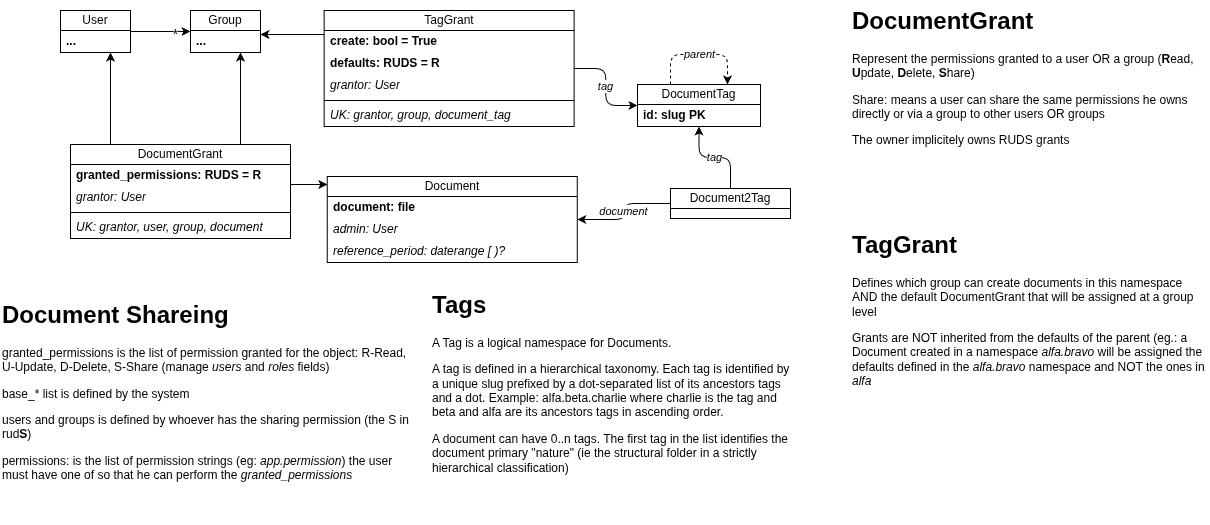
Before: docs/Diagrams.drawio.png, a diagram exported from draw.io (k-tech-italy/django-simple-dms). Source tidied: cells renumbered, new cells last; positions are measured from the earlier drawing's top-left corner, leaving out a move shared by most shapes. The source it was exported from:
```xml
<mxGraphModel>
  <root>
    <mxCell id="0" />
    <mxCell id="1" parent="0" />
    <mxCell id="2" value="Document" style="swimlane;fontStyle=0;horizontal=1;startSize=20;whiteSpace=wrap;html=1;" parent="1" vertex="1">
      <mxGeometry x="326.8" y="176" width="250" height="86" as="geometry" />
    </mxCell>
    <mxCell id="3" value="document: file" style="text;strokeColor=none;fillColor=none;align=left;verticalAlign=middle;spacingLeft=4;spacingRight=4;overflow=hidden;whiteSpace=wrap;html=1;fontStyle=1;" parent="2" vertex="1">
      <mxGeometry y="20" width="250" height="22" as="geometry" />
    </mxCell>
    <mxCell id="4" value="admin: User" style="text;strokeColor=none;fillColor=none;align=left;verticalAlign=middle;spacingLeft=4;spacingRight=4;overflow=hidden;whiteSpace=wrap;html=1;fontStyle=2;" parent="2" vertex="1">
      <mxGeometry y="42" width="250" height="22" as="geometry" />
    </mxCell>
    <mxCell id="5" value="reference_period: daterange [ &lt;span style=&quot;&quot;&gt;)?&lt;/span&gt;" style="text;strokeColor=none;fillColor=none;align=left;verticalAlign=middle;spacingLeft=4;spacingRight=4;overflow=hidden;whiteSpace=wrap;html=1;fontStyle=2;" parent="2" vertex="1">
      <mxGeometry y="64" width="250" height="22" as="geometry" />
    </mxCell>
    <mxCell id="6" value="DocumentTag" style="swimlane;fontStyle=0;horizontal=1;startSize=20;whiteSpace=wrap;html=1;" parent="1" vertex="1">
      <mxGeometry x="637" y="84" width="123" height="42" as="geometry" />
    </mxCell>
    <mxCell id="7" value="id: slug PK" style="text;strokeColor=none;fillColor=none;align=left;verticalAlign=middle;spacingLeft=4;spacingRight=4;overflow=hidden;whiteSpace=wrap;html=1;fontStyle=1;" parent="6" vertex="1">
      <mxGeometry y="20" width="123" height="22" as="geometry" />
    </mxCell>
    <mxCell id="8" value="&lt;i&gt;parent&lt;/i&gt;" style="edgeStyle=orthogonalEdgeStyle;shape=connector;curved=0;rounded=1;jumpStyle=arc;orthogonalLoop=1;jettySize=auto;html=1;strokeColor=default;align=center;verticalAlign=middle;fontFamily=Helvetica;fontSize=11;fontColor=default;labelBackgroundColor=default;endArrow=classic;dashed=1;" parent="1" edge="1" source="6" target="6">
      <mxGeometry relative="1" as="geometry">
        <Array as="points">
          <mxPoint x="670" y="54" />
        </Array>
      </mxGeometry>
    </mxCell>
    <mxCell id="9" value="&lt;h1 style=&quot;margin-top: 0px;&quot;&gt;Tags&lt;/h1&gt;&lt;p&gt;A Tag is a logical namespace for Documents.&lt;/p&gt;&lt;p&gt;A tag is defined in a hierarchical taxonomy. Each tag is identified by a unique slug prefixed by a dot-separated list of its ancestors tags and a dot. Example: alfa.beta.charlie where charlie is the tag and beta and alfa are its ancestors tags in ascending order.&lt;/p&gt;&lt;p&gt;A document can have 0..n tags. The first tag in the list identifies the document primary &quot;nature&quot; (ie the structural folder in a strictly hierarchical classification)&lt;/p&gt;&lt;p&gt;&lt;br&gt;&lt;/p&gt;&lt;p&gt;&lt;br&gt;&lt;/p&gt;&lt;p&gt;&lt;br&gt;&lt;/p&gt;" style="text;html=1;whiteSpace=wrap;overflow=hidden;rounded=0;" parent="1" vertex="1">
      <mxGeometry x="430" y="284" width="360" height="218" as="geometry" />
    </mxCell>
    <mxCell id="10" value="&lt;h1 style=&quot;margin-top: 0px;&quot;&gt;Document Shareing&lt;/h1&gt;&lt;p&gt;granted_permissions is the list of permission granted for the object: R-Read, U-Update, D-Delete, S-Share (manage&amp;nbsp;&lt;i&gt;users&lt;/i&gt; and &lt;i&gt;roles&lt;/i&gt; fields)&lt;/p&gt;&lt;p&gt;base_* list is defined by the system&lt;/p&gt;&lt;p&gt;users and groups is defined by whoever has the sharing permission (the S in rud&lt;b&gt;S&lt;/b&gt;)&lt;/p&gt;&lt;p&gt;permissions: is the list of permission strings (eg: &lt;i&gt;app.permission&lt;/i&gt;) the user must have one of so that he can perform the &lt;i&gt;granted_permissions&lt;/i&gt;&lt;/p&gt;" style="text;html=1;whiteSpace=wrap;overflow=hidden;rounded=0;" parent="1" vertex="1">
      <mxGeometry y="294" width="410" height="228" as="geometry" />
    </mxCell>
    <mxCell id="11" style="edgeStyle=orthogonalEdgeStyle;shape=connector;curved=0;rounded=1;jumpStyle=arc;jettySize=auto;html=1;strokeColor=default;align=center;verticalAlign=middle;fontFamily=Helvetica;fontSize=11;fontColor=default;labelBackgroundColor=default;endArrow=classic;" parent="1" edge="1" source="13" target="15">
      <mxGeometry relative="1" as="geometry" />
    </mxCell>
    <mxCell id="12" value="&lt;font style=&quot;font-size: 15px;&quot;&gt;*&lt;/font&gt;" style="edgeLabel;html=1;align=center;verticalAlign=middle;fontFamily=Helvetica;fontSize=11;fontColor=default;labelBackgroundColor=default;" parent="11" vertex="1">
      <mxGeometry x="0.46" y="-1" relative="1" as="geometry" />
    </mxCell>
    <mxCell id="13" value="User" style="swimlane;fontStyle=0;horizontal=1;startSize=20;whiteSpace=wrap;html=1;" parent="1" vertex="1">
      <mxGeometry x="60" y="10" width="70" height="42" as="geometry" />
    </mxCell>
    <mxCell id="14" value="..." style="text;strokeColor=none;fillColor=none;align=left;verticalAlign=middle;spacingLeft=4;spacingRight=4;overflow=hidden;whiteSpace=wrap;html=1;fontStyle=1;" parent="13" vertex="1">
      <mxGeometry y="20" width="70" height="22" as="geometry" />
    </mxCell>
    <mxCell id="15" value="Group" style="swimlane;fontStyle=0;horizontal=1;startSize=20;whiteSpace=wrap;html=1;" parent="1" vertex="1">
      <mxGeometry x="190" y="10" width="70" height="42" as="geometry" />
    </mxCell>
    <mxCell id="16" value="..." style="text;strokeColor=none;fillColor=none;align=left;verticalAlign=middle;spacingLeft=4;spacingRight=4;overflow=hidden;whiteSpace=wrap;html=1;fontStyle=1;" parent="15" vertex="1">
      <mxGeometry y="20" width="70" height="22" as="geometry" />
    </mxCell>
    <mxCell id="17" style="edgeStyle=orthogonalEdgeStyle;rounded=1;jettySize=auto;html=1;curved=0;jumpStyle=arc;" parent="1" edge="1" source="19" target="15">
      <mxGeometry relative="1" as="geometry">
        <Array as="points">
          <mxPoint x="240" y="84" />
          <mxPoint x="240" y="84" />
        </Array>
      </mxGeometry>
    </mxCell>
    <mxCell id="18" style="edgeStyle=orthogonalEdgeStyle;shape=connector;curved=0;rounded=1;jumpStyle=arc;jettySize=auto;html=1;strokeColor=default;align=center;verticalAlign=middle;fontFamily=Helvetica;fontSize=11;fontColor=default;labelBackgroundColor=default;endArrow=classic;" parent="1" edge="1" source="19" target="2">
      <mxGeometry relative="1" as="geometry">
        <Array as="points">
          <mxPoint x="310" y="184" />
          <mxPoint x="310" y="184" />
        </Array>
      </mxGeometry>
    </mxCell>
    <mxCell id="19" value="DocumentGrant" style="swimlane;fontStyle=0;horizontal=1;startSize=20;whiteSpace=wrap;html=1;" parent="1" vertex="1">
      <mxGeometry x="70" y="144" width="220" height="94" as="geometry" />
    </mxCell>
    <mxCell id="20" value="granted_permissions: RUDS = R" style="text;strokeColor=none;fillColor=none;align=left;verticalAlign=middle;spacingLeft=4;spacingRight=4;overflow=hidden;whiteSpace=wrap;html=1;fontStyle=1;" parent="19" vertex="1">
      <mxGeometry y="20" width="220" height="22" as="geometry" />
    </mxCell>
    <mxCell id="21" value="grantor: User" style="text;strokeColor=none;fillColor=none;align=left;verticalAlign=middle;spacingLeft=4;spacingRight=4;overflow=hidden;whiteSpace=wrap;html=1;fontStyle=2;" parent="19" vertex="1">
      <mxGeometry y="42" width="220" height="22" as="geometry" />
    </mxCell>
    <mxCell id="22" style="line;strokeWidth=1;fillColor=none;align=left;verticalAlign=middle;spacingTop=-1;spacingLeft=3;spacingRight=3;labelPosition=right;" parent="19" vertex="1">
      <mxGeometry y="64" width="220" height="8" as="geometry" />
    </mxCell>
    <mxCell id="23" value="UK: grantor, user, group, document" style="text;strokeColor=none;fillColor=none;align=left;verticalAlign=middle;spacingLeft=4;spacingRight=4;overflow=hidden;whiteSpace=wrap;html=1;fontStyle=2;" parent="19" vertex="1">
      <mxGeometry y="72" width="220" height="22" as="geometry" />
    </mxCell>
    <mxCell id="24" style="edgeStyle=orthogonalEdgeStyle;rounded=1;jettySize=auto;html=1;curved=0;jumpStyle=arc;" parent="1" edge="1" source="19" target="13">
      <mxGeometry relative="1" as="geometry">
        <Array as="points">
          <mxPoint x="110" y="84" />
          <mxPoint x="110" y="84" />
        </Array>
      </mxGeometry>
    </mxCell>
    <mxCell id="25" style="edgeStyle=orthogonalEdgeStyle;shape=connector;curved=0;rounded=1;jumpStyle=arc;jettySize=auto;html=1;strokeColor=default;align=center;verticalAlign=middle;fontFamily=Helvetica;fontSize=11;fontColor=default;labelBackgroundColor=default;endArrow=classic;" parent="1" edge="1" source="27" target="15">
      <mxGeometry relative="1" as="geometry">
        <Array as="points">
          <mxPoint x="290" y="34" />
          <mxPoint x="290" y="34" />
        </Array>
      </mxGeometry>
    </mxCell>
    <mxCell id="26" value="tag" style="edgeStyle=orthogonalEdgeStyle;shape=connector;curved=0;rounded=1;jumpStyle=arc;jettySize=auto;html=1;strokeColor=default;align=center;verticalAlign=middle;fontFamily=Helvetica;fontSize=11;fontColor=default;labelBackgroundColor=default;endArrow=classic;fontStyle=2;" parent="1" edge="1" source="27" target="6">
      <mxGeometry relative="1" as="geometry" />
    </mxCell>
    <mxCell id="27" value="TagGrant" style="swimlane;fontStyle=0;horizontal=1;startSize=20;whiteSpace=wrap;html=1;" parent="1" vertex="1">
      <mxGeometry x="323.6" y="10" width="250" height="116" as="geometry" />
    </mxCell>
    <mxCell id="28" value="create: bool = True" style="text;strokeColor=none;fillColor=none;align=left;verticalAlign=middle;spacingLeft=4;spacingRight=4;overflow=hidden;whiteSpace=wrap;html=1;fontStyle=1;" parent="27" vertex="1">
      <mxGeometry y="20" width="250" height="22" as="geometry" />
    </mxCell>
    <mxCell id="29" value="defaults: RUDS = R" style="text;strokeColor=none;fillColor=none;align=left;verticalAlign=middle;spacingLeft=4;spacingRight=4;overflow=hidden;whiteSpace=wrap;html=1;fontStyle=1;" parent="27" vertex="1">
      <mxGeometry y="42" width="250" height="22" as="geometry" />
    </mxCell>
    <mxCell id="30" value="grantor: User" style="text;strokeColor=none;fillColor=none;align=left;verticalAlign=middle;spacingLeft=4;spacingRight=4;overflow=hidden;whiteSpace=wrap;html=1;fontStyle=2;" parent="27" vertex="1">
      <mxGeometry y="64" width="250" height="22" as="geometry" />
    </mxCell>
    <mxCell id="31" style="line;strokeWidth=1;fillColor=none;align=left;verticalAlign=middle;spacingTop=-1;spacingLeft=3;spacingRight=3;labelPosition=right;" parent="27" vertex="1">
      <mxGeometry y="86" width="250" height="8" as="geometry" />
    </mxCell>
    <mxCell id="32" value="UK: grantor, group, document_tag" style="text;strokeColor=none;fillColor=none;align=left;verticalAlign=middle;spacingLeft=4;spacingRight=4;overflow=hidden;whiteSpace=wrap;html=1;fontStyle=2;" parent="27" vertex="1">
      <mxGeometry y="94" width="250" height="22" as="geometry" />
    </mxCell>
    <mxCell id="33" value="&lt;h1 style=&quot;margin-top: 0px;&quot;&gt;DocumentGrant&lt;/h1&gt;&lt;p&gt;Represent the permissions granted to a user OR a group (&lt;b&gt;R&lt;/b&gt;ead, &lt;b&gt;U&lt;/b&gt;pdate, &lt;b&gt;D&lt;/b&gt;elete, &lt;b&gt;S&lt;/b&gt;hare)&lt;/p&gt;&lt;p&gt;Share: means a user can share the same permissions he owns directly or via a group to other users OR groups&lt;/p&gt;&lt;p&gt;The owner implicitely owns RUDS grants&lt;/p&gt;" style="text;html=1;whiteSpace=wrap;overflow=hidden;rounded=0;" parent="1" vertex="1">
      <mxGeometry x="850" width="360" height="218" as="geometry" />
    </mxCell>
    <mxCell id="34" value="&lt;h1 style=&quot;margin-top: 0px;&quot;&gt;TagGrant&lt;/h1&gt;&lt;p&gt;&lt;span style=&quot;background-color: transparent; color: light-dark(rgb(0, 0, 0), rgb(255, 255, 255));&quot;&gt;Defines which group can create documents in this namespace AND the default DocumentGrant that will be assigned at a group level&lt;/span&gt;&lt;/p&gt;&lt;p&gt;Grants are NOT inherited from the defaults of the parent (eg.: a Document created in a namespace &lt;i&gt;alfa.bravo&lt;/i&gt; will be assigned the defaults defined in the&amp;nbsp;&lt;span style=&quot;background-color: transparent; color: light-dark(rgb(0, 0, 0), rgb(255, 255, 255));&quot;&gt;&lt;i&gt;alfa.bravo&lt;/i&gt; namespace and NOT the ones in &lt;i&gt;alfa&lt;/i&gt;&lt;/span&gt;&lt;/p&gt;" style="text;html=1;whiteSpace=wrap;overflow=hidden;rounded=0;" parent="1" vertex="1">
      <mxGeometry x="850" y="224" width="360" height="218" as="geometry" />
    </mxCell>
    <mxCell id="35" value="tag" style="edgeStyle=orthogonalEdgeStyle;rounded=1;jettySize=auto;html=1;curved=0;jumpStyle=arc;fontStyle=2;" parent="1" edge="1" source="37" target="6">
      <mxGeometry relative="1" as="geometry" />
    </mxCell>
    <mxCell id="36" value="document" style="edgeStyle=orthogonalEdgeStyle;shape=connector;curved=0;rounded=1;jumpStyle=arc;jettySize=auto;html=1;strokeColor=default;align=center;verticalAlign=middle;fontFamily=Helvetica;fontSize=11;fontColor=default;labelBackgroundColor=default;endArrow=classic;fontStyle=2;" parent="1" edge="1" source="37" target="2">
      <mxGeometry relative="1" as="geometry" />
    </mxCell>
    <mxCell id="37" value="Document2Tag" style="swimlane;fontStyle=0;horizontal=1;startSize=20;whiteSpace=wrap;html=1;" parent="1" vertex="1" collapsed="1">
      <mxGeometry x="670" y="188" width="120" height="30" as="geometry" />
    </mxCell>
  </root>
</mxGraphModel>
```
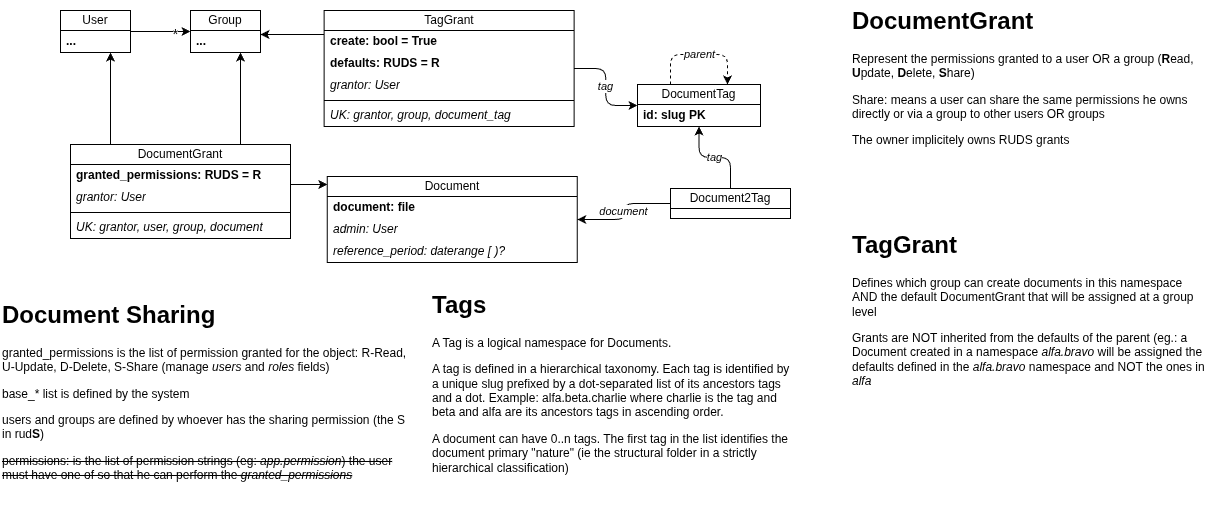
Later version of the same file.

The edit, as a diff of the source:
```diff
@@ -30,7 +30,7 @@
     <mxCell id="9" value="&lt;h1 style=&quot;margin-top: 0px;&quot;&gt;Tags&lt;/h1&gt;&lt;p&gt;A Tag is a logical namespace for Documents.&lt;/p&gt;&lt;p&gt;A tag is defined in a hierarchical taxonomy. Each tag is identified by a unique slug prefixed by a dot-separated list of its ancestors tags and a dot. Example: alfa.beta.charlie where charlie is the tag and beta and alfa are its ancestors tags in ascending order.&lt;/p&gt;&lt;p&gt;A document can have 0..n tags. The first tag in the list identifies the document primary &quot;nature&quot; (ie the structural folder in a strictly hierarchical classification)&lt;/p&gt;&lt;p&gt;&lt;br&gt;&lt;/p&gt;&lt;p&gt;&lt;br&gt;&lt;/p&gt;&lt;p&gt;&lt;br&gt;&lt;/p&gt;" style="text;html=1;whiteSpace=wrap;overflow=hidden;rounded=0;" parent="1" vertex="1">
       <mxGeometry x="430" y="284" width="360" height="218" as="geometry" />
     </mxCell>
-    <mxCell id="10" value="&lt;h1 style=&quot;margin-top: 0px;&quot;&gt;Document Shareing&lt;/h1&gt;&lt;p&gt;granted_permissions is the list of permission granted for the object: R-Read, U-Update, D-Delete, S-Share (manage&amp;nbsp;&lt;i&gt;users&lt;/i&gt; and &lt;i&gt;roles&lt;/i&gt; fields)&lt;/p&gt;&lt;p&gt;base_* list is defined by the system&lt;/p&gt;&lt;p&gt;users and groups is defined by whoever has the sharing permission (the S in rud&lt;b&gt;S&lt;/b&gt;)&lt;/p&gt;&lt;p&gt;permissions: is the list of permission strings (eg: &lt;i&gt;app.permission&lt;/i&gt;) the user must have one of so that he can perform the &lt;i&gt;granted_permissions&lt;/i&gt;&lt;/p&gt;" style="text;html=1;whiteSpace=wrap;overflow=hidden;rounded=0;" parent="1" vertex="1">
+    <mxCell id="10" value="&lt;h1 style=&quot;margin-top: 0px;&quot;&gt;Document Sharing&lt;/h1&gt;&lt;p&gt;granted_permissions is the list of permission granted for the object: R-Read, U-Update, D-Delete, S-Share (manage&amp;nbsp;&lt;i&gt;users&lt;/i&gt; and &lt;i&gt;roles&lt;/i&gt; fields)&lt;/p&gt;&lt;p&gt;base_* list is defined by the system&lt;/p&gt;&lt;p&gt;users and groups are defined by whoever has the sharing permission (the S in rud&lt;b&gt;S&lt;/b&gt;)&lt;/p&gt;&lt;p&gt;&lt;strike&gt;permissions: is the list of permission strings (eg: &lt;i&gt;app.permission&lt;/i&gt;) the user must have one of so that he can perform the &lt;i&gt;granted_permissions&lt;/i&gt;&lt;/strike&gt;&lt;/p&gt;" style="text;html=1;whiteSpace=wrap;overflow=hidden;rounded=0;" parent="1" vertex="1">
       <mxGeometry y="294" width="410" height="228" as="geometry" />
     </mxCell>
     <mxCell id="11" style="edgeStyle=orthogonalEdgeStyle;shape=connector;curved=0;rounded=1;jumpStyle=arc;jettySize=auto;html=1;strokeColor=default;align=center;verticalAlign=middle;fontFamily=Helvetica;fontSize=11;fontColor=default;labelBackgroundColor=default;endArrow=classic;" parent="1" edge="1" source="13" target="15">
```
